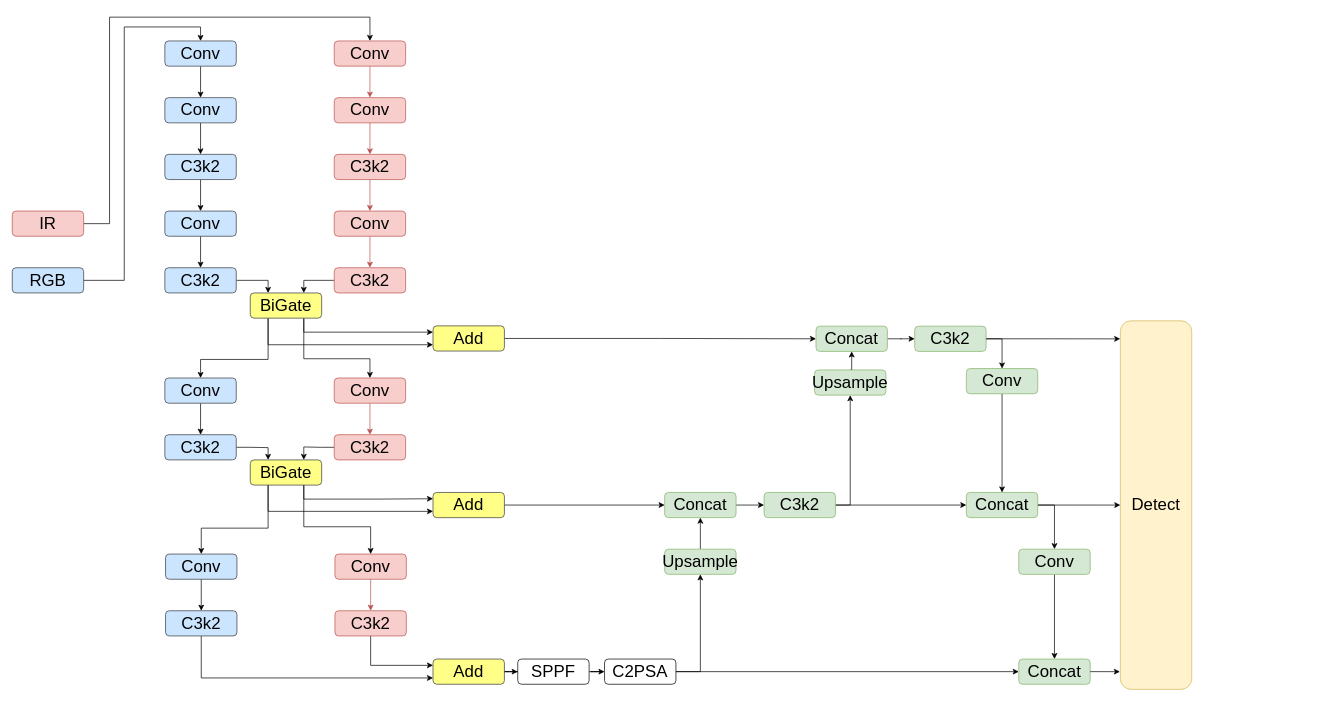
COSMOSHH/drawio-github keeps this draw.io diagram as BidirectionalGate.drawio. Above is the earlier version. Source tidied: cells renumbered, new cells numbered last; positions are measured from the earlier drawing's top-left corner, leaving out a move shared by most shapes. Both pictures are drawn from the tidied source at 70%, with x=0, y=0 at pixel (12, 17).
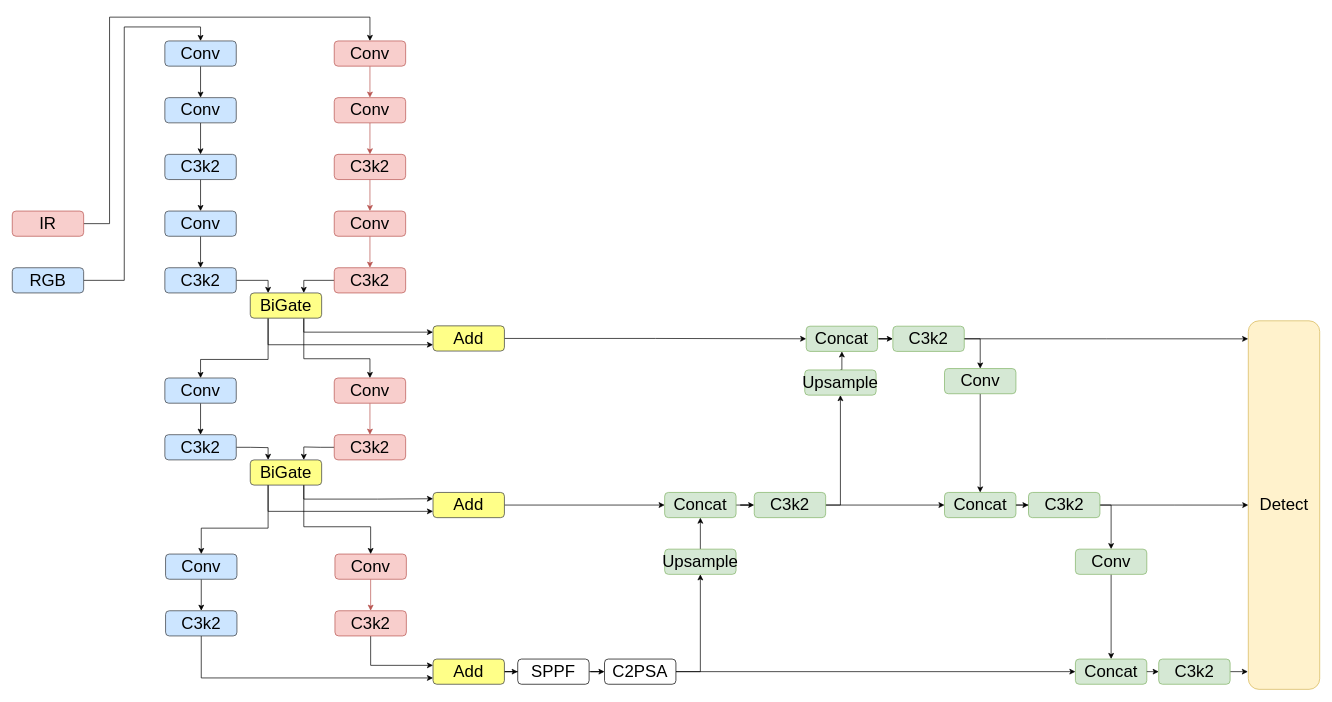
The same diagram, later.

The edit, as a diff of the source:
```diff
@@
     <mxCell id="9" value="&lt;span style=&quot;font-size: 24px;&quot;&gt;Concat&lt;/span&gt;" style="rounded=1;whiteSpace=wrap;html=1;fillColor=#d5e8d4;strokeColor=#82b366;" parent="1" vertex="1">
-      <mxGeometry x="1148.2" y="441.5" width="102" height="36" as="geometry" />
+      <mxGeometry x="1134.2" y="441.5" width="102" height="36" as="geometry" />
     </mxCell>
@@
     <mxCell id="11" value="&lt;span style=&quot;font-size: 24px;&quot;&gt;C3k2&lt;/span&gt;" style="rounded=1;whiteSpace=wrap;html=1;fillColor=#d5e8d4;strokeColor=#82b366;" parent="1" vertex="1">
-      <mxGeometry x="1289.2" y="441.5" width="102" height="36" as="geometry" />
+      <mxGeometry x="1258" y="441.5" width="102" height="36" as="geometry" />
     </mxCell>
@@
     <mxCell id="16" value="&lt;span style=&quot;font-size: 24px;&quot;&gt;C3k2&lt;/span&gt;" style="rounded=1;whiteSpace=wrap;html=1;fillColor=#d5e8d4;strokeColor=#82b366;" parent="1" vertex="1">
-      <mxGeometry x="1074" y="679" width="102" height="36" as="geometry" />
+      <mxGeometry x="1060" y="679" width="102" height="36" as="geometry" />
     </mxCell>
@@
     <mxCell id="25" value="&lt;span style=&quot;font-family: Calibri;&quot;&gt;&lt;font style=&quot;font-size: 24px;&quot;&gt;Upsample&lt;/font&gt;&lt;/span&gt;" style="rounded=1;whiteSpace=wrap;html=1;fillColor=#d5e8d4;strokeColor=#82b366;" parent="1" vertex="1">
-      <mxGeometry x="1146.1" y="504" width="102" height="36" as="geometry" />
+      <mxGeometry x="1132.1" y="504" width="102" height="36" as="geometry" />
     </mxCell>
@@
     <mxCell id="27" value="&lt;span style=&quot;font-size: 24px;&quot;&gt;Conv&lt;/span&gt;" style="rounded=1;whiteSpace=wrap;html=1;fillColor=#d5e8d4;strokeColor=#82b366;" parent="1" vertex="1">
-      <mxGeometry x="1363" y="502" width="102" height="36" as="geometry" />
+      <mxGeometry x="1331.8" y="502" width="102" height="36" as="geometry" />
     </mxCell>
@@
-    <mxCell id="29" style="edgeStyle=orthogonalEdgeStyle;rounded=0;jettySize=auto;html=1;exitX=1;exitY=0.5;exitDx=0;exitDy=0;entryX=0;entryY=0.5;entryDx=0;entryDy=0;" parent="1" edge="1" source="30" target="34">
+    <mxCell id="29" style="edgeStyle=orthogonalEdgeStyle;rounded=0;jettySize=auto;html=1;exitX=1;exitY=0.5;exitDx=0;exitDy=0;entryX=0;entryY=0.5;entryDx=0;entryDy=0;" parent="1" edge="1" source="88" target="34">
       <mxGeometry relative="1" as="geometry" />
     </mxCell>
     <mxCell id="30" value="&lt;span style=&quot;font-size: 24px;&quot;&gt;Concat&lt;/span&gt;" style="rounded=1;whiteSpace=wrap;html=1;fillColor=#d5e8d4;strokeColor=#82b366;" parent="1" vertex="1">
-      <mxGeometry x="1363" y="679" width="102" height="36" as="geometry" />
+      <mxGeometry x="1331.8" y="679" width="102" height="36" as="geometry" />
     </mxCell>
@@
     <mxCell id="32" value="&lt;span style=&quot;font-size: 24px;&quot;&gt;Conv&lt;/span&gt;" style="rounded=1;whiteSpace=wrap;html=1;fillColor=#d5e8d4;strokeColor=#82b366;" parent="1" vertex="1">
-      <mxGeometry x="1437.9" y="760" width="102" height="36" as="geometry" />
+      <mxGeometry x="1518.8" y="760" width="102" height="36" as="geometry" />
     </mxCell>
     <mxCell id="33" value="&lt;span style=&quot;font-size: 24px;&quot;&gt;Concat&lt;/span&gt;" style="rounded=1;whiteSpace=wrap;html=1;fillColor=#d5e8d4;strokeColor=#82b366;" parent="1" vertex="1">
-      <mxGeometry x="1437.9" y="917" width="102" height="36" as="geometry" />
+      <mxGeometry x="1518.8" y="917" width="102" height="36" as="geometry" />
     </mxCell>
     <mxCell id="34" value="&lt;span style=&quot;font-size: 24px;&quot;&gt;Detect&lt;/span&gt;" style="rounded=1;whiteSpace=wrap;html=1;fillColor=#fff2cc;strokeColor=#d6b656;" parent="1" vertex="1">
-      <mxGeometry x="1583" y="433.8" width="102" height="526.5" as="geometry" />
+      <mxGeometry x="1765.8" y="433.8" width="102" height="526.5" as="geometry" />
     </mxCell>
@@
-    <mxCell id="86" style="edgeStyle=orthogonalEdgeStyle;rounded=0;jettySize=auto;html=1;exitX=1;exitY=0.5;exitDx=0;exitDy=0;entryX=-0.006;entryY=0.952;entryDx=0;entryDy=0;entryPerimeter=0;" parent="1" edge="1" source="33" target="34">
+    <mxCell id="86" style="edgeStyle=orthogonalEdgeStyle;rounded=0;jettySize=auto;html=1;exitX=1;exitY=0.5;exitDx=0;exitDy=0;entryX=-0.006;entryY=0.952;entryDx=0;entryDy=0;entryPerimeter=0;" parent="1" edge="1" source="90" target="34">
       <mxGeometry relative="1" as="geometry" />
     </mxCell>
+    <mxCell id="87" style="edgeStyle=orthogonalEdgeStyle;rounded=0;jettySize=auto;html=1;exitX=1;exitY=0.5;exitDx=0;exitDy=0;entryX=0;entryY=0.5;entryDx=0;entryDy=0;" parent="1" edge="1" source="30" target="88">
+      <mxGeometry relative="1" as="geometry" />
+    </mxCell>
+    <mxCell id="88" value="&lt;span style=&quot;font-size: 24px;&quot;&gt;C3k2&lt;/span&gt;" style="rounded=1;whiteSpace=wrap;html=1;fillColor=#d5e8d4;strokeColor=#82b366;" parent="1" vertex="1">
+      <mxGeometry x="1451.8" y="679" width="102" height="36" as="geometry" />
+    </mxCell>
+    <mxCell id="89" style="edgeStyle=orthogonalEdgeStyle;rounded=0;jettySize=auto;html=1;exitX=1;exitY=0.5;exitDx=0;exitDy=0;entryX=0;entryY=0.5;entryDx=0;entryDy=0;" parent="1" edge="1" source="33" target="90">
+      <mxGeometry relative="1" as="geometry" />
+    </mxCell>
+    <mxCell id="90" value="&lt;span style=&quot;font-size: 24px;&quot;&gt;C3k2&lt;/span&gt;" style="rounded=1;whiteSpace=wrap;html=1;fillColor=#d5e8d4;strokeColor=#82b366;" parent="1" vertex="1">
+      <mxGeometry x="1637.8" y="917" width="102" height="36" as="geometry" />
+    </mxCell>
```
